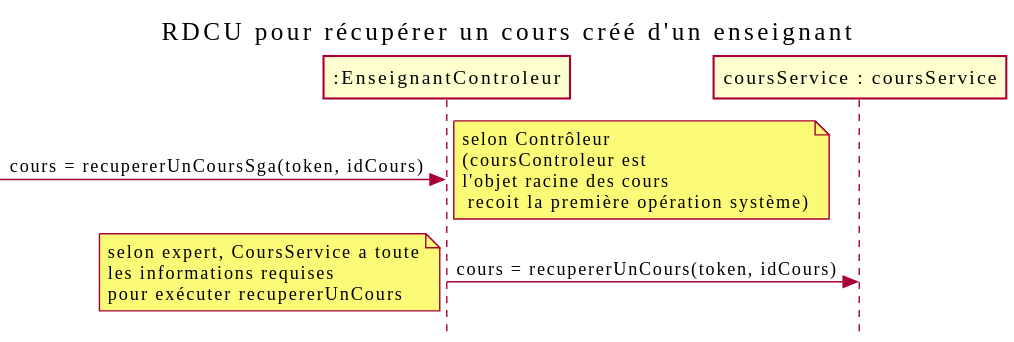
This is out/docs/Récupérer cours/RDCU_Recuperer_Cours/récupérer un cours.svg from nerdz88/SGA-TS, a PlantUML export, as it was before one commit.
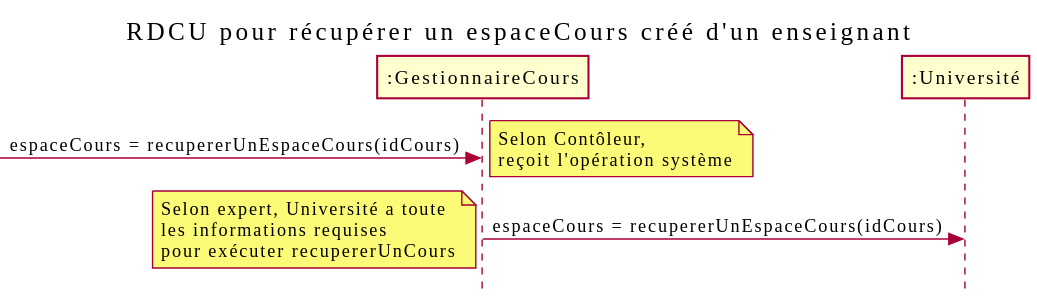
After the change.

The edit, as a diff of the source:
```diff
@@ -1,11 +1,11 @@
 @startuml
 skinparam style strictuml
 skinparam defaultfontname Verdana
-title RDCU pour récupérer un cours créé d'un enseignant
-participant ":EnseignantControleur" as controleur
-participant "coursService : coursService" as mapCours
-->controleur : cours = recupererUnCoursSga(token, idCours)
-note right : selon Contrôleur\n(coursControleur est\nl'objet racine des cours\n recoit la première opération système)
-controleur -> mapCours : cours = recupererUnCours(token, idCours)
-note left : selon expert, CoursService a toute\nles informations requises\npour exécuter recupererUnCours
+title RDCU pour récupérer un espaceCours créé d'un enseignant
+participant ":GestionnaireCours" as controleur
+participant ":Université" as modele
+->controleur : espaceCours = recupererUnEspaceCours(idCours)
+note right : Selon Contôleur,\nreçoit l'opération système
+controleur -> modele : espaceCours = recupererUnEspaceCours(idCours)
+note left : Selon expert, Université a toute\nles informations requises\npour exécuter recupererUnCours
 @enduml
```
